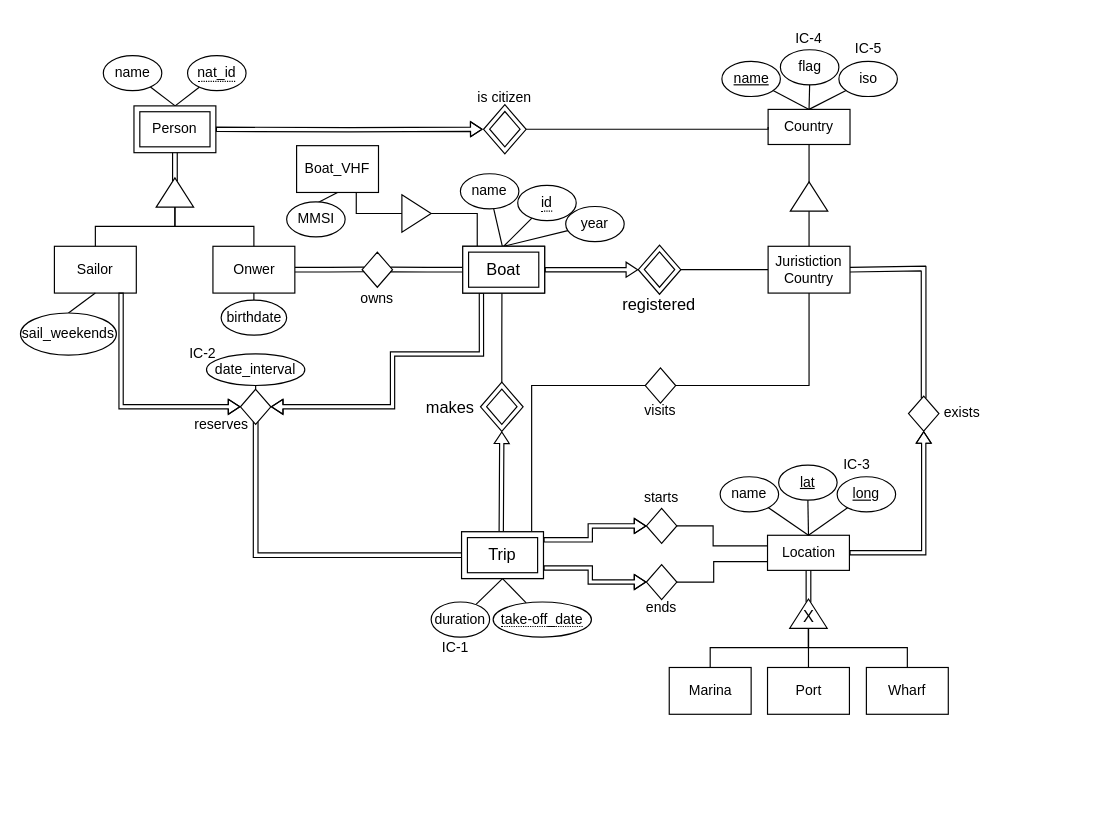
Earlier version of the draw.io diagram Project/proj1_diag_entity_association_v6.drawio (jamilsonjr/labs-and-project). Source tidied: cells renumbered, new cells numbered last; positions are measured from the earlier drawing's top-left corner, leaving out a move shared by most shapes. Both pictures are drawn from the tidied source at 117%, with x=0, y=0 at pixel (20, 20).
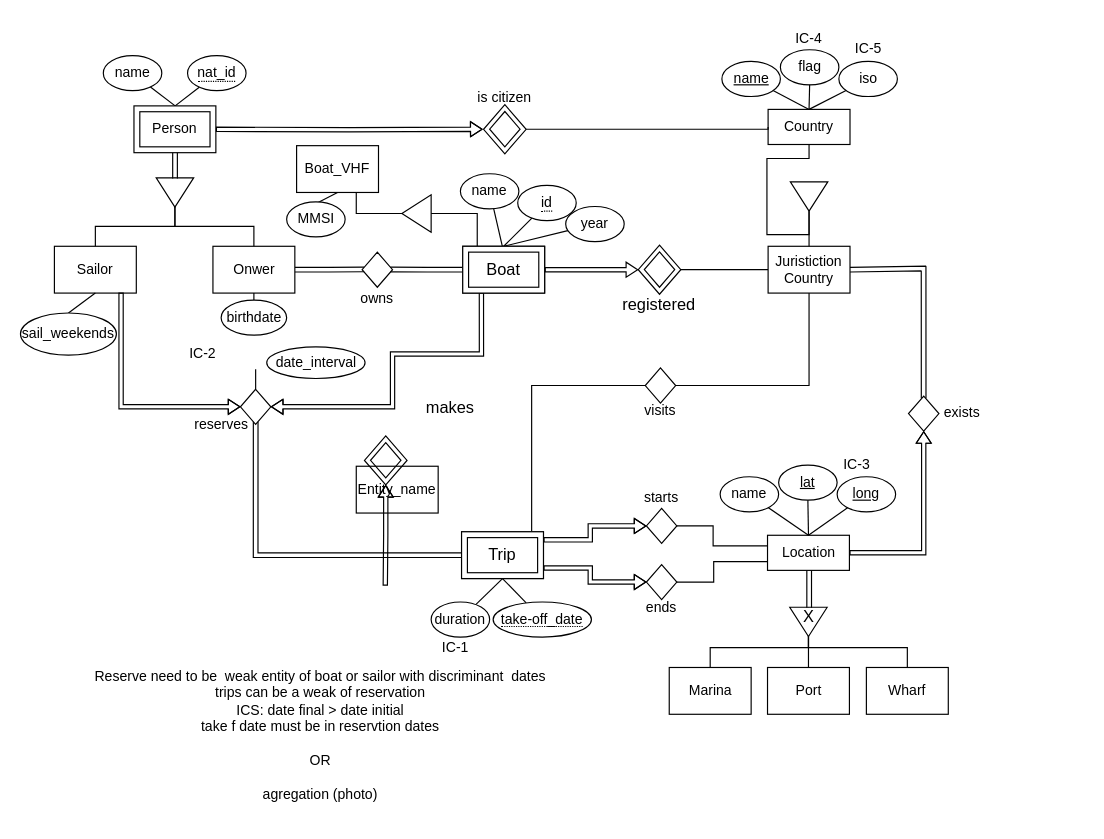
The same diagram, later.

The change refers to these unchanged cells:
```xml
<mxCell id="66" value="Location" style="rounded=0;whiteSpace=wrap;html=1;" parent="1" vertex="1">
  <mxGeometry x="638.5" y="440" width="70" height="30" as="geometry" />
</mxCell>
<mxCell id="103" value="Boat_VHF" style="rounded=0;whiteSpace=wrap;html=1;fontColor=#000000;fillColor=default;strokeWidth=1;" parent="1" vertex="1">
  <mxGeometry x="236" y="107" width="70" height="40" as="geometry" />
</mxCell>
```

Change to the diagram source:
```diff
@@
-    <mxCell id="10" style="edgeStyle=orthogonalEdgeStyle;rounded=0;jettySize=auto;html=1;fontColor=#000000;startArrow=block;startFill=0;endArrow=none;endFill=0;shape=flexArrow;endWidth=14.912344777209642;endSize=2.42027027027027;width=3.6486486486486487;startSize=2.9558139534883723;sourcePerimeterSpacing=0;startWidth=8.221244500314269;shadow=0;sketch=0;sourcePortConstraint=none;targetPortConstraint=none;orthogonal=0;anchorPointDirection=0;fontSize=14;exitX=0.5;exitY=1;exitDx=0;exitDy=0;entryX=0.285;entryY=0.009;entryDx=0;entryDy=0;entryPerimeter=0;" parent="1" edge="1" source="92">
-      <mxGeometry relative="1" as="geometry">
-        <mxPoint x="410.9" y="437.4" as="targetPoint" />
-      </mxGeometry>
-    </mxCell>
-    <mxCell id="11" style="edgeStyle=orthogonalEdgeStyle;rounded=0;sketch=0;jettySize=auto;html=1;shadow=0;fontSize=14;startArrow=none;startFill=0;endArrow=none;endFill=0;sourcePerimeterSpacing=0;entryX=0.293;entryY=0.997;entryDx=0;entryDy=0;entryPerimeter=0;" parent="1" edge="1" source="92">
-      <mxGeometry relative="1" as="geometry">
-        <mxPoint x="411.5" y="232.9" as="targetPoint" />
-      </mxGeometry>
-    </mxCell>
@@
-    <mxCell id="30" style="edgeStyle=orthogonalEdgeStyle;rounded=0;jettySize=auto;html=1;exitX=0.888;exitY=0.5;exitDx=0;exitDy=0;entryX=0.5;entryY=1;entryDx=0;entryDy=0;fontColor=#000000;startArrow=none;startFill=0;endArrow=none;endFill=0;shape=link;exitPerimeter=0;" parent="1" edge="1" source="102">
-      <mxGeometry relative="1" as="geometry">
-        <mxPoint x="132" y="110" as="targetPoint" />
-      </mxGeometry>
-    </mxCell>
@@
-    <mxCell id="41" style="triangle;whiteSpace=wrap;html=1;rotation=0;direction=east;" parent="1" vertex="1">
+    <mxCell id="41" style="triangle;whiteSpace=wrap;html=1;rotation=0;direction=west;" parent="1" vertex="1">
       <mxGeometry x="326" y="149" width="25" height="32" as="geometry" />
     </mxCell>
-    <mxCell id="42" style="edgeStyle=orthogonalEdgeStyle;rounded=0;jettySize=auto;html=1;endArrow=none;endFill=0;entryX=0;entryY=0.5;entryDx=0;entryDy=0;" parent="1" edge="1" source="103" target="41">
+    <mxCell id="42" style="edgeStyle=orthogonalEdgeStyle;rounded=0;jettySize=auto;html=1;endArrow=none;endFill=0;" parent="1" edge="1" source="103">
       <mxGeometry relative="1" as="geometry">
+        <mxPoint x="327" y="165" as="targetPoint" />
         <Array as="points">
           <mxPoint x="287" y="165" />
         </Array>
       </mxGeometry>
     </mxCell>
@@
     <mxCell id="55" value="date_interval" style="ellipse;whiteSpace=wrap;html=1;" parent="1" vertex="1">
-      <mxGeometry x="159" y="285" width="84" height="27" as="geometry" />
+      <mxGeometry x="210.5" y="279" width="84" height="27" as="geometry" />
     </mxCell>
@@
-    <mxCell id="60" style="edgeStyle=orthogonalEdgeStyle;rounded=0;jettySize=auto;html=1;exitX=0.888;exitY=0.5;exitDx=0;exitDy=0;entryX=0.5;entryY=1;entryDx=0;entryDy=0;fontColor=#000000;startArrow=none;startFill=0;endArrow=none;endFill=0;shape=link;exitPerimeter=0;" parent="1" edge="1" source="84" target="66">
-      <mxGeometry relative="1" as="geometry" />
-    </mxCell>
@@
-    <mxCell id="72" style="triangle;whiteSpace=wrap;html=1;rotation=-90;" parent="1" vertex="1">
+    <mxCell id="72" style="triangle;whiteSpace=wrap;html=1;rotation=-90;direction=west;" parent="1" vertex="1">
       <mxGeometry x="661.5" y="134.5" width="25" height="32" as="geometry" />
     </mxCell>
@@
-    <mxCell id="84" value="&lt;p style=&quot;line-height: 0&quot;&gt;&lt;br&gt;&lt;/p&gt;" style="triangle;whiteSpace=wrap;html=1;rotation=-90;rounded=0;shadow=0;sketch=0;strokeWidth=1;fillColor=default;gradientColor=none;strokeColor=default;portConstraintRotation=1;snapToPoint=1;" parent="1" vertex="1">
-      <mxGeometry x="661" y="491" width="25" height="32" as="geometry" />
+    <mxCell id="84" value="&lt;p style=&quot;line-height: 0&quot;&gt;&lt;br&gt;&lt;/p&gt;" style="triangle;whiteSpace=wrap;html=1;rotation=-90;rounded=0;shadow=0;sketch=0;strokeWidth=1;fillColor=default;gradientColor=none;strokeColor=default;portConstraintRotation=1;snapToPoint=1;direction=west;" parent="1" vertex="1">
+      <mxGeometry x="661" y="498" width="25" height="32" as="geometry" />
     </mxCell>
-    <mxCell id="85" value="&lt;font style=&quot;font-size: 14px&quot;&gt;X&lt;/font&gt;" style="text;html=1;strokeColor=none;fillColor=none;align=center;verticalAlign=middle;whiteSpace=wrap;rounded=0;shadow=0;sketch=0;" parent="1" vertex="1">
+    <mxCell id="85" value="&lt;font style=&quot;font-size: 14px&quot;&gt;X&lt;/font&gt;" style="text;html=1;strokeColor=none;fillColor=none;align=center;verticalAlign=middle;whiteSpace=wrap;rounded=0;shadow=0;sketch=0;rotation=0;" parent="1" vertex="1">
       <mxGeometry x="643.5" y="495" width="60" height="30" as="geometry" />
     </mxCell>
@@
-    <mxCell id="92" style="rhombus;whiteSpace=wrap;html=1;fillColor=none;rounded=0;shadow=0;sketch=0;fontSize=14;strokeColor=default;strokeWidth=1;" parent="1" vertex="1">
-      <mxGeometry x="393.2" y="309.2" width="36.4" height="42" as="geometry" />
-    </mxCell>
-    <mxCell id="93" style="rhombus;whiteSpace=wrap;html=1;fillColor=none;rounded=0;shadow=0;sketch=0;fontSize=14;strokeColor=default;strokeWidth=1;" parent="1" vertex="1">
-      <mxGeometry x="398.4" y="315" width="26" height="30.2" as="geometry" />
-    </mxCell>
@@
-    <mxCell id="102" value="&lt;p style=&quot;line-height: 0&quot;&gt;&lt;br&gt;&lt;/p&gt;" style="triangle;whiteSpace=wrap;html=1;rotation=-90;rounded=0;shadow=0;sketch=0;strokeWidth=1;fillColor=default;gradientColor=none;strokeColor=default;portConstraintRotation=1;snapToPoint=1;" parent="1" vertex="1">
+    <mxCell id="102" value="&lt;p style=&quot;line-height: 0&quot;&gt;&lt;br&gt;&lt;/p&gt;" style="triangle;whiteSpace=wrap;html=1;rotation=-90;rounded=0;shadow=0;sketch=0;strokeWidth=1;fillColor=default;gradientColor=none;strokeColor=default;portConstraintRotation=1;snapToPoint=1;direction=west;" parent="1" vertex="1">
       <mxGeometry x="119.5" y="131" width="25" height="32" as="geometry" />
     </mxCell>
@@
+    <mxCell id="117" value="Entity_name" style="rounded=0;whiteSpace=wrap;html=1;fontColor=#000000;fillColor=default;strokeWidth=1;" parent="1" vertex="1">
+      <mxGeometry x="287" y="381" width="70" height="40" as="geometry" />
+    </mxCell>
+    <mxCell id="118" value="&lt;br&gt;Reserve need to be&amp;nbsp; weak entity of boat or sailor with discriminant&amp;nbsp; dates&lt;br&gt;trips can be a weak of reservation&lt;br&gt;ICS: date final &amp;gt; date initial&lt;br&gt;take f date must be in reservtion dates&lt;br&gt;&lt;br&gt;OR&lt;br&gt;&lt;br&gt;agregation (photo)&lt;br&gt;&lt;br&gt;" style="text;html=1;align=center;verticalAlign=middle;strokeColor=none;fillColor=none;" parent="1" vertex="1">
+      <mxGeometry x="58" y="539" width="396" height="144" as="geometry" />
+    </mxCell>
+    <mxCell id="119" style="edgeStyle=orthogonalEdgeStyle;rounded=0;orthogonalLoop=1;jettySize=auto;html=1;fontColor=#000000;startArrow=none;startFill=0;endArrow=none;endFill=0;shape=link;startSize=5;" parent="1" edge="1">
+      <mxGeometry relative="1" as="geometry">
+        <mxPoint x="131.8" y="135" as="sourcePoint" />
+        <mxPoint x="132.1" y="113" as="targetPoint" />
+        <Array as="points">
+          <mxPoint x="131.8" y="113" />
+        </Array>
+      </mxGeometry>
+    </mxCell>
+    <mxCell id="120" style="edgeStyle=orthogonalEdgeStyle;rounded=0;jettySize=auto;html=1;fontColor=#000000;startArrow=none;startFill=0;endArrow=none;endFill=0;shape=link;startSize=5;exitX=0.51;exitY=0.233;exitDx=0;exitDy=0;exitPerimeter=0;" parent="1" edge="1" source="85">
+      <mxGeometry relative="1" as="geometry">
+        <mxPoint x="674.1" y="470" as="targetPoint" />
+      </mxGeometry>
+    </mxCell>
+    <mxCell id="121" style="group;" parent="1" vertex="1">
+      <mxGeometry x="294" y="355" width="36.4" height="128.1" as="geometry" />
+    </mxCell>
+    <mxCell id="10" style="edgeStyle=orthogonalEdgeStyle;rounded=0;jettySize=auto;html=1;fontColor=#000000;startArrow=block;startFill=0;endArrow=none;endFill=0;shape=flexArrow;endWidth=14.912344777209642;endSize=2.42027027027027;width=3.6486486486486487;startSize=2.9558139534883723;sourcePerimeterSpacing=0;startWidth=8.221244500314269;shadow=0;sketch=0;sourcePortConstraint=none;targetPortConstraint=none;orthogonal=0;anchorPointDirection=0;fontSize=14;exitX=0.5;exitY=1;exitDx=0;exitDy=0;entryX=0.285;entryY=0.009;entryDx=0;entryDy=0;entryPerimeter=0;" parent="121" edge="1" source="92">
+      <mxGeometry relative="1" as="geometry">
+        <mxPoint x="17.8" y="128.1" as="targetPoint" />
+      </mxGeometry>
+    </mxCell>
+    <mxCell id="92" style="rhombus;whiteSpace=wrap;html=1;fillColor=none;rounded=0;shadow=0;sketch=0;fontSize=14;strokeColor=default;strokeWidth=1;" parent="121" vertex="1">
+      <mxGeometry width="36.4" height="42" as="geometry" />
+    </mxCell>
+    <mxCell id="93" style="rhombus;whiteSpace=wrap;html=1;fillColor=none;rounded=0;shadow=0;sketch=0;fontSize=14;strokeColor=default;strokeWidth=1;" parent="121" vertex="1">
+      <mxGeometry x="5.2" y="5.8" width="26" height="30.2" as="geometry" />
+    </mxCell>
```
